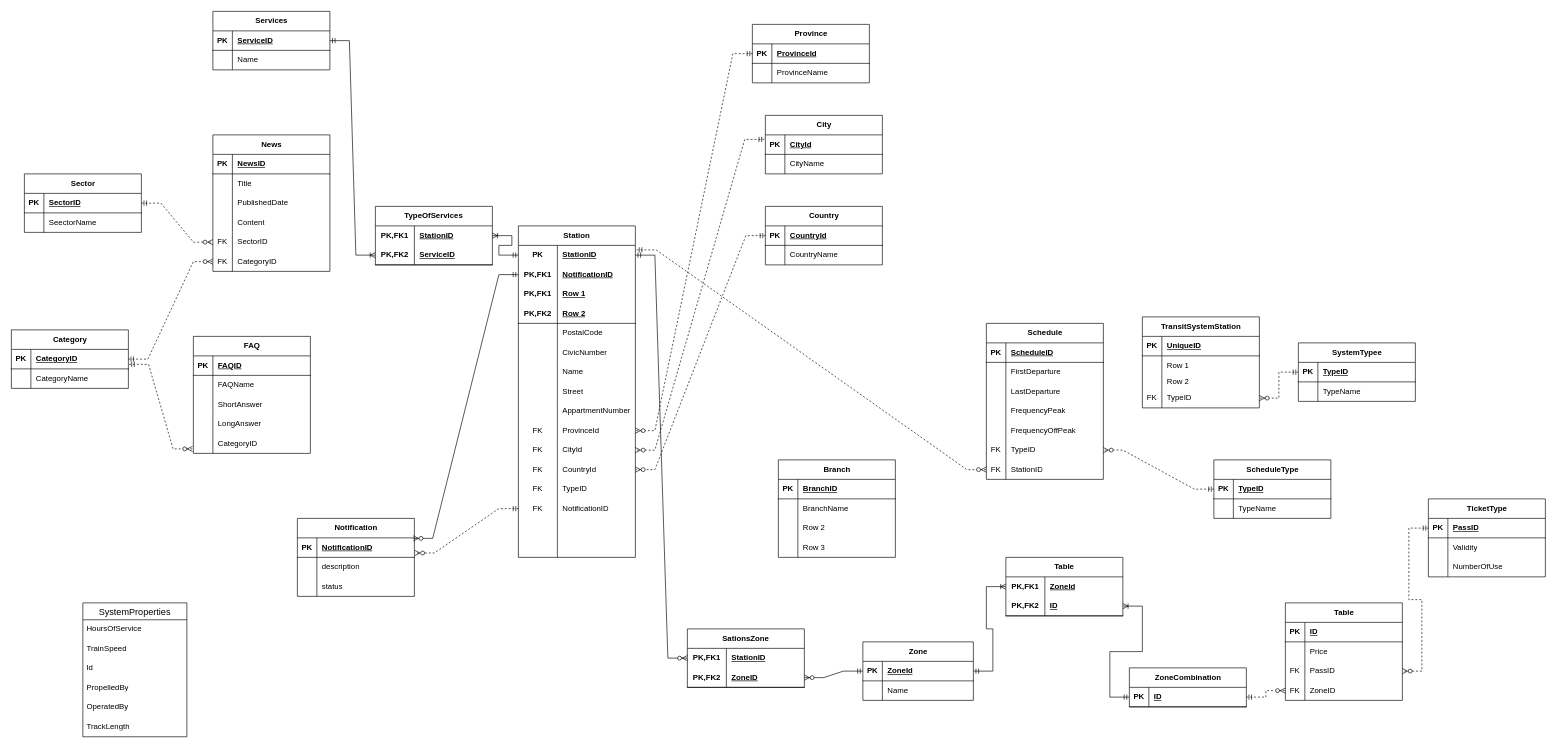
Above: Untitled Diagram.drawio in gregguu/DB2 (draw.io), before the change. Source tidied: cells renumbered, new cells numbered last; positions are measured from the earlier drawing's top-left corner, leaving out a move shared by most shapes. Both pictures are drawn from the tidied source at 65%, with x=0, y=0 at pixel (11, 11).
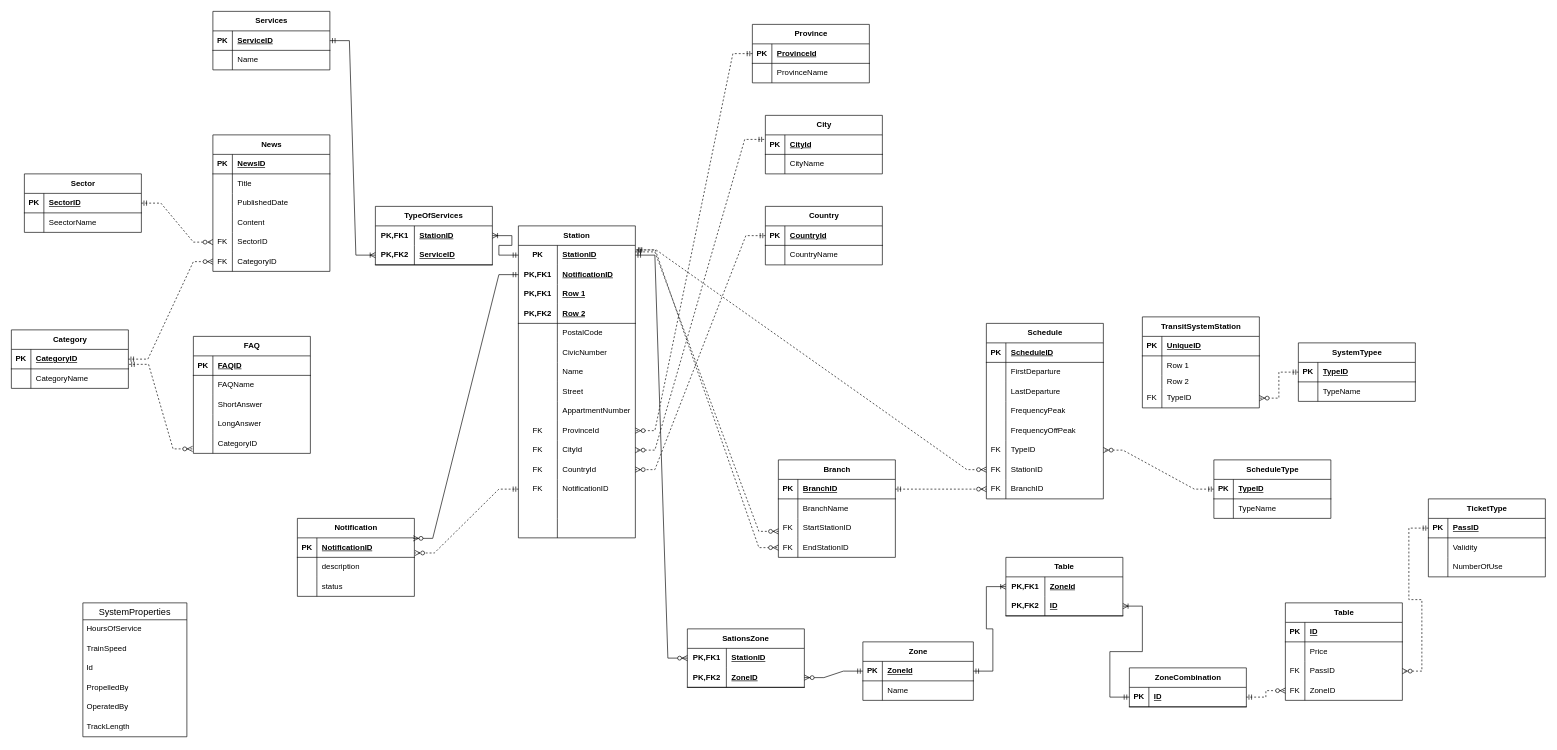
After the change.

Unchanged cells that the change refers to:
```xml
<mxCell id="174" style="shape=tableRow;horizontal=0;startSize=0;swimlaneHead=0;swimlaneBody=0;fillColor=none;points=[[0,0.5],[1,0.5]];portConstraint=eastwest;top=0;left=0;right=0;bottom=0;html=1;" parent="173" vertex="1">
  <mxGeometry y="30" width="180" height="30" as="geometry" />
</mxCell>
<mxCell id="223" style="shape=tableRow;horizontal=0;startSize=0;swimlaneHead=0;swimlaneBody=0;fillColor=none;points=[[0,0.5],[1,0.5]];portConstraint=eastwest;top=0;left=0;right=0;bottom=1;" parent="222" vertex="1">
  <mxGeometry y="30" width="180" height="30" as="geometry" />
</mxCell>
<mxCell id="229" style="shape=tableRow;horizontal=0;startSize=0;swimlaneHead=0;swimlaneBody=0;fillColor=none;top=0;left=0;right=0;bottom=0;" parent="222" vertex="1">
  <mxGeometry y="90" width="180" height="30" as="geometry" />
</mxCell>
<mxCell id="232" style="shape=tableRow;horizontal=0;startSize=0;swimlaneHead=0;swimlaneBody=0;fillColor=none;points=[[0,0.5],[1,0.5]];portConstraint=eastwest;top=0;left=0;right=0;bottom=0;" parent="222" vertex="1">
  <mxGeometry y="120" width="180" height="30" as="geometry" />
</mxCell>
```

Change to the diagram source:
```diff
@@
     <mxCell id="93" value="Schedule" style="shape=table;startSize=30;childLayout=tableLayout;rowLines=0;fontStyle=1;align=center;html=1;" parent="1" vertex="1">
-      <mxGeometry x="1500" y="480" width="180" height="240" as="geometry" />
+      <mxGeometry x="1500" y="480" width="180" height="270" as="geometry" />
     </mxCell>
@@
+    <mxCell id="281" style="shape=tableRow;horizontal=0;startSize=0;swimlaneHead=0;swimlaneBody=0;fillColor=none;points=[[0,0.5],[1,0.5]];portConstraint=eastwest;top=0;left=0;right=0;bottom=0;" parent="93" vertex="1">
+      <mxGeometry y="240" width="180" height="30" as="geometry" />
+    </mxCell>
+    <mxCell id="211" value="FK" style="shape=partialRectangle;fillColor=none;top=0;left=0;bottom=0;right=0;overflow=hidden;whiteSpace=wrap;html=1;" parent="281" vertex="1">
+      <mxGeometry width="30" height="30" as="geometry" />
+    </mxCell>
+    <mxCell id="282" value="BranchID" style="shape=partialRectangle;fillColor=none;top=0;left=0;bottom=0;right=0;align=left;spacingLeft=6;overflow=hidden;whiteSpace=wrap;html=1;" parent="281" vertex="1">
+      <mxGeometry x="30" width="150" height="30" as="geometry" />
+    </mxCell>
@@
     <mxCell id="173" value="Station" style="shape=table;startSize=30;childLayout=tableLayout;rowLines=0;fontStyle=1;align=center;html=1;whiteSpace=wrap;" parent="1" vertex="1">
-      <mxGeometry x="780" y="330" width="180" height="510" as="geometry" />
+      <mxGeometry x="780" y="330" width="180" height="480" as="geometry" />
     </mxCell>
@@
-    <mxCell id="210" style="shape=tableRow;horizontal=0;startSize=0;swimlaneHead=0;swimlaneBody=0;fillColor=none;top=0;left=0;right=0;bottom=0;html=1;" parent="173" vertex="1">
-      <mxGeometry y="390" width="180" height="30" as="geometry" />
-    </mxCell>
-    <mxCell id="211" value="FK" style="shape=partialRectangle;fillColor=none;top=0;left=0;bottom=0;right=0;overflow=hidden;html=1;whiteSpace=wrap;" parent="210" vertex="1">
-      <mxGeometry width="60" height="30" as="geometry" />
-    </mxCell>
-    <mxCell id="212" value="TypeID" style="shape=partialRectangle;fillColor=none;top=0;left=0;bottom=0;right=0;align=left;spacingLeft=6;overflow=hidden;html=1;whiteSpace=wrap;" parent="210" vertex="1">
-      <mxGeometry x="60" width="120" height="30" as="geometry" />
-    </mxCell>
     <mxCell id="213" style="shape=tableRow;horizontal=0;startSize=0;swimlaneHead=0;swimlaneBody=0;fillColor=none;points=[[0,0.5],[1,0.5]];portConstraint=eastwest;top=0;left=0;right=0;bottom=0;html=1;" parent="173" vertex="1">
-      <mxGeometry y="420" width="180" height="30" as="geometry" />
+      <mxGeometry y="390" width="180" height="30" as="geometry" />
     </mxCell>
@@
     <mxCell id="216" style="shape=tableRow;horizontal=0;startSize=0;swimlaneHead=0;swimlaneBody=0;fillColor=none;top=0;left=0;right=0;bottom=0;html=1;" parent="173" vertex="1">
-      <mxGeometry y="450" width="180" height="30" as="geometry" />
+      <mxGeometry y="420" width="180" height="30" as="geometry" />
     </mxCell>
@@
     <mxCell id="219" style="shape=tableRow;horizontal=0;startSize=0;swimlaneHead=0;swimlaneBody=0;fillColor=none;top=0;left=0;right=0;bottom=0;html=1;" parent="173" vertex="1">
-      <mxGeometry y="480" width="180" height="30" as="geometry" />
+      <mxGeometry y="450" width="180" height="30" as="geometry" />
     </mxCell>
@@
-    <mxCell id="230" style="shape=partialRectangle;fillColor=none;top=0;left=0;bottom=0;right=0;overflow=hidden;whiteSpace=wrap;html=1;" parent="229" vertex="1">
+    <mxCell id="230" value="FK" style="shape=partialRectangle;fillColor=none;top=0;left=0;bottom=0;right=0;overflow=hidden;whiteSpace=wrap;html=1;" parent="229" vertex="1">
       <mxGeometry width="30" height="30" as="geometry" />
     </mxCell>
-    <mxCell id="231" value="Row 2" style="shape=partialRectangle;fillColor=none;top=0;left=0;bottom=0;right=0;align=left;spacingLeft=6;overflow=hidden;whiteSpace=wrap;html=1;" parent="229" vertex="1">
+    <mxCell id="231" value="StartStationID" style="shape=partialRectangle;fillColor=none;top=0;left=0;bottom=0;right=0;align=left;spacingLeft=6;overflow=hidden;whiteSpace=wrap;html=1;" parent="229" vertex="1">
       <mxGeometry x="30" width="150" height="30" as="geometry" />
     </mxCell>
@@
-    <mxCell id="233" style="shape=partialRectangle;fillColor=none;top=0;left=0;bottom=0;right=0;overflow=hidden;whiteSpace=wrap;html=1;" parent="232" vertex="1">
+    <mxCell id="233" value="FK" style="shape=partialRectangle;fillColor=none;top=0;left=0;bottom=0;right=0;overflow=hidden;whiteSpace=wrap;html=1;" parent="232" vertex="1">
       <mxGeometry width="30" height="30" as="geometry" />
     </mxCell>
-    <mxCell id="234" value="Row 3" style="shape=partialRectangle;fillColor=none;top=0;left=0;bottom=0;right=0;align=left;spacingLeft=6;overflow=hidden;whiteSpace=wrap;html=1;" parent="232" vertex="1">
+    <mxCell id="234" value="EndStationID" style="shape=partialRectangle;fillColor=none;top=0;left=0;bottom=0;right=0;align=left;spacingLeft=6;overflow=hidden;whiteSpace=wrap;html=1;" parent="232" vertex="1">
       <mxGeometry x="30" width="150" height="30" as="geometry" />
     </mxCell>
@@
+    <mxCell id="283" style="edgeStyle=entityRelationEdgeStyle;fontSize=12;html=1;endArrow=ERzeroToMany;startArrow=ERmandOne;rounded=0;entryX=0;entryY=0.5;entryDx=0;entryDy=0;exitX=1;exitY=0.5;exitDx=0;exitDy=0;dashed=1;" parent="1" edge="1" source="223" target="281">
+      <mxGeometry relative="1" as="geometry" />
+    </mxCell>
+    <mxCell id="284" style="edgeStyle=entityRelationEdgeStyle;fontSize=12;html=1;endArrow=ERzeroToMany;startArrow=ERmandOne;rounded=0;dashed=1;" parent="1" edge="1">
+      <mxGeometry relative="1" as="geometry">
+        <mxPoint x="960" y="370" as="sourcePoint" />
+        <mxPoint x="1180" y="800" as="targetPoint" />
+      </mxGeometry>
+    </mxCell>
+    <mxCell id="285" style="edgeStyle=entityRelationEdgeStyle;fontSize=12;html=1;endArrow=ERzeroToMany;startArrow=ERmandOne;rounded=0;exitX=1.004;exitY=0.233;exitDx=0;exitDy=0;dashed=1;entryX=0;entryY=0.5;entryDx=0;entryDy=0;exitPerimeter=0;" parent="1" edge="1" source="174" target="232">
+      <mxGeometry relative="1" as="geometry" />
+    </mxCell>
```
